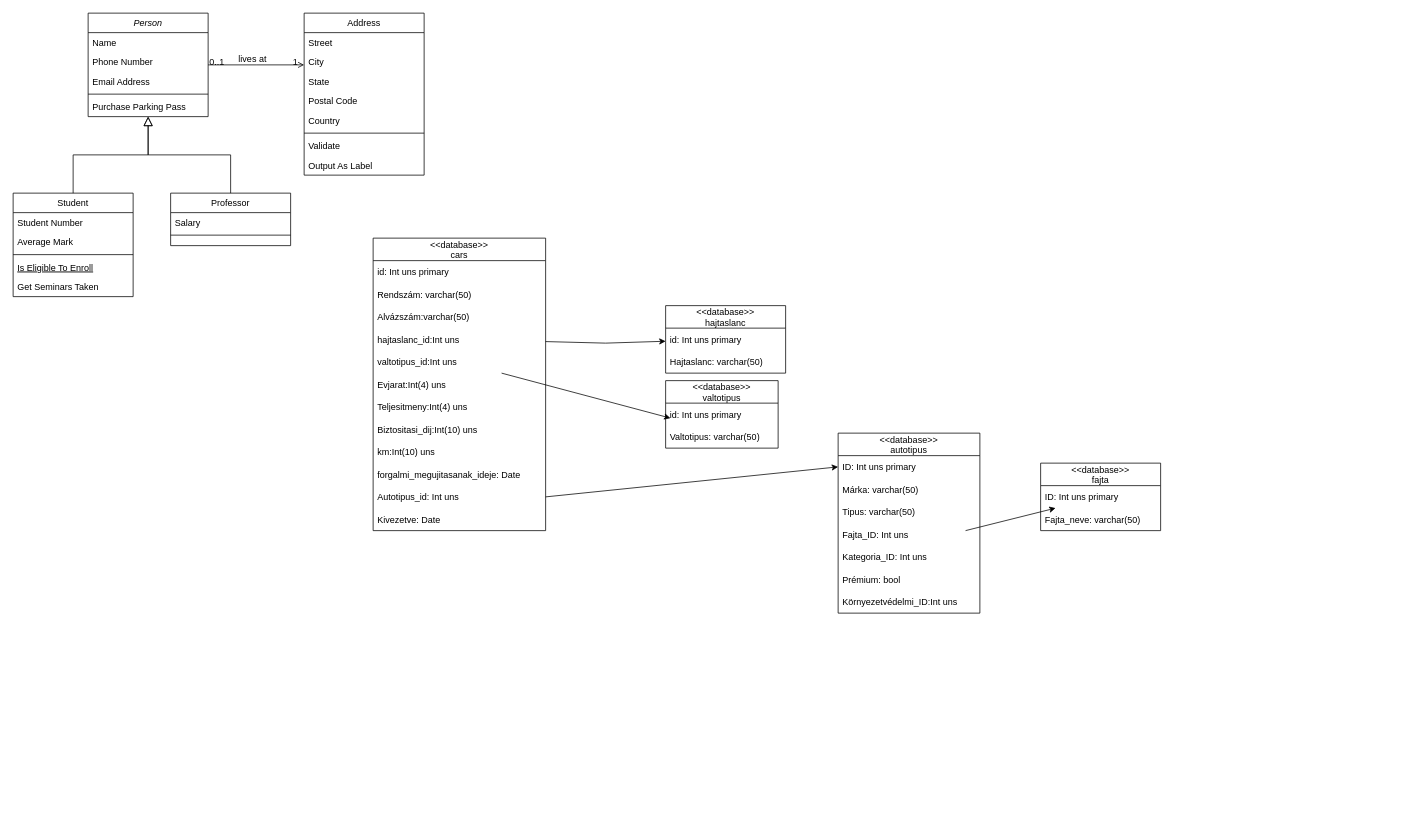
This is SRC/Fileok/Megnevezetlen diagram.drawio from KTRNinjas/Car-Rental, a draw.io file, before an edit. Source tidied: cells renumbered, new cells numbered last; positions are measured from the earlier drawing's top-left corner, leaving out a move shared by most shapes. Both pictures are drawn from the tidied source at 75%, with x=0, y=0 at pixel (13, 13).
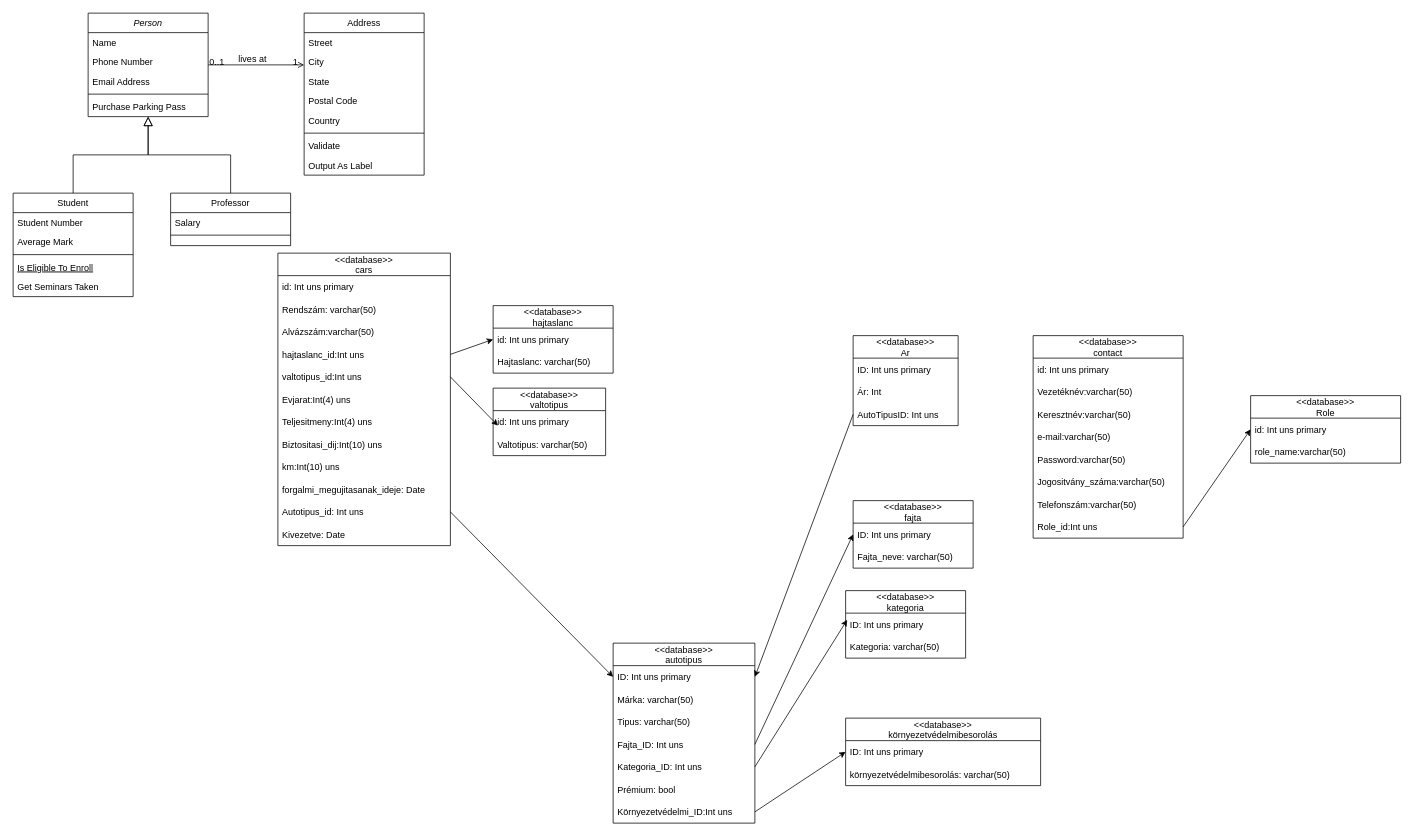
The same page after the edit.

The change refers to these unchanged cells:
```xml
<mxCell id="36" value="hajtaslanc_id:Int uns" style="text;strokeColor=none;fillColor=none;align=left;verticalAlign=middle;spacingLeft=4;spacingRight=4;overflow=hidden;points=[[0,0.5],[1,0.5]];portConstraint=eastwest;" parent="32" vertex="1">
  <mxGeometry y="120" width="230" height="30" as="geometry" />
</mxCell>
<mxCell id="37" value="valtotipus_id:Int uns" style="text;strokeColor=none;fillColor=none;align=left;verticalAlign=middle;spacingLeft=4;spacingRight=4;overflow=hidden;points=[[0,0.5],[1,0.5]];portConstraint=eastwest;" parent="32" vertex="1">
  <mxGeometry y="150" width="230" height="30" as="geometry" />
</mxCell>
<mxCell id="46" value="id: Int uns primary" style="text;strokeColor=none;fillColor=none;align=left;verticalAlign=middle;spacingLeft=4;spacingRight=4;overflow=hidden;points=[[0,0.5],[1,0.5]];portConstraint=eastwest;" parent="45" vertex="1">
  <mxGeometry y="30" width="160" height="30" as="geometry" />
</mxCell>
<mxCell id="50" value="id: Int uns primary" style="text;strokeColor=none;fillColor=none;align=left;verticalAlign=middle;spacingLeft=4;spacingRight=4;overflow=hidden;points=[[0,0.5],[1,0.5]];portConstraint=eastwest;" parent="49" vertex="1">
  <mxGeometry y="30" width="150" height="30" as="geometry" />
</mxCell>
<mxCell id="54" value="ID: Int uns primary" style="text;strokeColor=none;fillColor=none;align=left;verticalAlign=middle;spacingLeft=4;spacingRight=4;overflow=hidden;points=[[0,0.5],[1,0.5]];portConstraint=eastwest;" parent="53" vertex="1">
  <mxGeometry y="30" width="189" height="30" as="geometry" />
</mxCell>
<mxCell id="57" value="Fajta_ID: Int uns" style="text;strokeColor=none;fillColor=none;align=left;verticalAlign=middle;spacingLeft=4;spacingRight=4;overflow=hidden;points=[[0,0.5],[1,0.5]];portConstraint=eastwest;" parent="53" vertex="1">
  <mxGeometry y="120" width="189" height="30" as="geometry" />
</mxCell>
<mxCell id="58" value="Kategoria_ID: Int uns" style="text;strokeColor=none;fillColor=none;align=left;verticalAlign=middle;spacingLeft=4;spacingRight=4;overflow=hidden;points=[[0,0.5],[1,0.5]];portConstraint=eastwest;" parent="53" vertex="1">
  <mxGeometry y="150" width="189" height="30" as="geometry" />
</mxCell>
<mxCell id="60" value="Környezetvédelmi_ID:Int uns" style="text;strokeColor=none;fillColor=none;align=left;verticalAlign=middle;spacingLeft=4;spacingRight=4;overflow=hidden;points=[[0,0.5],[1,0.5]];portConstraint=eastwest;" parent="53" vertex="1">
  <mxGeometry y="210" width="189" height="30" as="geometry" />
</mxCell>
<mxCell id="63" value="ID: Int uns primary" style="text;strokeColor=none;fillColor=none;align=left;verticalAlign=middle;spacingLeft=4;spacingRight=4;overflow=hidden;points=[[0,0.5],[1,0.5]];portConstraint=eastwest;" parent="62" vertex="1">
  <mxGeometry y="30" width="160" height="30" as="geometry" />
</mxCell>
```

The edit, as a diff of the source:
```diff
@@
     <mxCell id="32" value="&lt;&lt;database&gt;&gt; &#10;cars" style="swimlane;fontStyle=0;horizontal=1;startSize=30;" parent="1" vertex="1">
-      <mxGeometry x="480" y="300" width="230" height="390" as="geometry" />
+      <mxGeometry x="353" y="320" width="230" height="390" as="geometry" />
     </mxCell>
@@
     <mxCell id="45" value="&lt;&lt;database&gt;&gt; &#10;hajtaslanc" style="swimlane;fontStyle=0;horizontal=1;startSize=30;" parent="1" vertex="1">
-      <mxGeometry x="870" y="390" width="160" height="90" as="geometry" />
+      <mxGeometry x="640" y="390" width="160" height="90" as="geometry" />
     </mxCell>
@@
-    <mxCell id="48" style="endArrow=classic;html=1;rounded=0;" parent="1" edge="1" source="36" target="46">
-      <mxGeometry relative="1" as="geometry">
-        <Array as="points">
-          <mxPoint x="790" y="440" />
-        </Array>
-      </mxGeometry>
-    </mxCell>
     <mxCell id="49" value="&lt;&lt;database&gt;&gt; &#10;valtotipus" style="swimlane;fontStyle=0;horizontal=1;startSize=30;" parent="1" vertex="1">
-      <mxGeometry x="870" y="490" width="150" height="90" as="geometry" />
+      <mxGeometry x="640" y="500" width="150" height="90" as="geometry" />
     </mxCell>
@@
-    <mxCell id="52" style="endArrow=classic;html=1;rounded=0;entryX=0.043;entryY=0.667;entryDx=0;entryDy=0;entryPerimeter=0;" parent="1" edge="1" source="37" target="50">
+    <mxCell id="52" style="endArrow=classic;html=1;rounded=0;entryX=0.043;entryY=0.667;entryDx=0;entryDy=0;entryPerimeter=0;exitX=1;exitY=0.5;exitDx=0;exitDy=0;" parent="1" edge="1" source="37" target="50">
       <mxGeometry relative="1" as="geometry" />
     </mxCell>
     <mxCell id="53" value="&lt;&lt;database&gt;&gt; &#10;autotipus" style="swimlane;fontStyle=0;horizontal=1;startSize=30;" parent="1" vertex="1">
-      <mxGeometry x="1100" y="560" width="189" height="240" as="geometry" />
+      <mxGeometry x="800" y="840" width="189" height="240" as="geometry" />
     </mxCell>
@@
     <mxCell id="62" value="&lt;&lt;database&gt;&gt; &#10;fajta" style="swimlane;fontStyle=0;horizontal=1;startSize=30;" parent="1" vertex="1">
-      <mxGeometry x="1370" y="600" width="160" height="90" as="geometry" />
+      <mxGeometry x="1120" y="650" width="160" height="90" as="geometry" />
     </mxCell>
@@
-    <mxCell id="65" style="endArrow=classic;html=1;rounded=0;exitX=0.899;exitY=0.333;exitDx=0;exitDy=0;exitPerimeter=0;" parent="1" edge="1" source="57" target="63">
+    <mxCell id="65" style="endArrow=classic;html=1;rounded=0;exitX=1;exitY=0.5;exitDx=0;exitDy=0;entryX=0;entryY=0.5;entryDx=0;entryDy=0;" parent="1" edge="1" source="57" target="63">
       <mxGeometry relative="1" as="geometry" />
     </mxCell>
+    <mxCell id="66" value="&lt;&lt;database&gt;&gt; &#10;kategoria" style="swimlane;fontStyle=0;horizontal=1;startSize=30;" parent="1" vertex="1">
+      <mxGeometry x="1110" y="770" width="160" height="90" as="geometry" />
+    </mxCell>
+    <mxCell id="67" value="ID: Int uns primary" style="text;strokeColor=none;fillColor=none;align=left;verticalAlign=middle;spacingLeft=4;spacingRight=4;overflow=hidden;points=[[0,0.5],[1,0.5]];portConstraint=eastwest;" parent="66" vertex="1">
+      <mxGeometry y="30" width="160" height="30" as="geometry" />
+    </mxCell>
+    <mxCell id="68" value="Kategoria: varchar(50)" style="text;strokeColor=none;fillColor=none;align=left;verticalAlign=middle;spacingLeft=4;spacingRight=4;overflow=hidden;" parent="66" vertex="1">
+      <mxGeometry y="60" width="160" height="30" as="geometry" />
+    </mxCell>
+    <mxCell id="69" style="endArrow=classic;html=1;rounded=0;exitX=1;exitY=0.5;exitDx=0;exitDy=0;entryX=0.013;entryY=0.3;entryDx=0;entryDy=0;entryPerimeter=0;" parent="1" edge="1" source="58" target="67">
+      <mxGeometry relative="1" as="geometry" />
+    </mxCell>
+    <mxCell id="70" value="&lt;&lt;database&gt;&gt; &#10;Ar" style="swimlane;fontStyle=0;horizontal=1;startSize=30;" parent="1" vertex="1">
+      <mxGeometry x="1120" y="430" width="140" height="120" as="geometry" />
+    </mxCell>
+    <mxCell id="71" value="ID: Int uns primary" style="text;strokeColor=none;fillColor=none;align=left;verticalAlign=middle;spacingLeft=4;spacingRight=4;overflow=hidden;" parent="70" vertex="1">
+      <mxGeometry y="30" width="140" height="30" as="geometry" />
+    </mxCell>
+    <mxCell id="72" value="Ár: Int" style="text;strokeColor=none;fillColor=none;align=left;verticalAlign=middle;spacingLeft=4;spacingRight=4;overflow=hidden;" parent="70" vertex="1">
+      <mxGeometry y="60" width="140" height="30" as="geometry" />
+    </mxCell>
+    <mxCell id="73" value="AutoTipusID: Int uns" style="text;strokeColor=none;fillColor=none;align=left;verticalAlign=middle;spacingLeft=4;spacingRight=4;overflow=hidden;points=[[0,0.5],[1,0.5]];portConstraint=eastwest;" parent="70" vertex="1">
+      <mxGeometry y="90" width="140" height="30" as="geometry" />
+    </mxCell>
+    <mxCell id="74" style="endArrow=classic;html=1;rounded=0;exitX=0;exitY=0.5;exitDx=0;exitDy=0;entryX=1;entryY=0.5;entryDx=0;entryDy=0;" parent="1" edge="1" source="73" target="54">
+      <mxGeometry relative="1" as="geometry" />
+    </mxCell>
+    <mxCell id="75" value="&lt;&lt;database&gt;&gt; &#10;contact" style="swimlane;fontStyle=0;horizontal=1;startSize=30;" parent="1" vertex="1">
+      <mxGeometry x="1360" y="430" width="200" height="270" as="geometry" />
+    </mxCell>
+    <mxCell id="76" value="id: Int uns primary" style="text;strokeColor=none;fillColor=none;align=left;verticalAlign=middle;spacingLeft=4;spacingRight=4;overflow=hidden;" parent="75" vertex="1">
+      <mxGeometry y="30" width="200" height="30" as="geometry" />
+    </mxCell>
+    <mxCell id="77" value="Vezetéknév:varchar(50)" style="text;strokeColor=none;fillColor=none;align=left;verticalAlign=middle;spacingLeft=4;spacingRight=4;overflow=hidden;" parent="75" vertex="1">
+      <mxGeometry y="60" width="200" height="30" as="geometry" />
+    </mxCell>
+    <mxCell id="78" value="Keresztnév:varchar(50)" style="text;strokeColor=none;fillColor=none;align=left;verticalAlign=middle;spacingLeft=4;spacingRight=4;overflow=hidden;" parent="75" vertex="1">
+      <mxGeometry y="90" width="200" height="30" as="geometry" />
+    </mxCell>
+    <mxCell id="79" value="e-mail:varchar(50)" style="text;strokeColor=none;fillColor=none;align=left;verticalAlign=middle;spacingLeft=4;spacingRight=4;overflow=hidden;" parent="75" vertex="1">
+      <mxGeometry y="120" width="200" height="30" as="geometry" />
+    </mxCell>
+    <mxCell id="80" value="Password:varchar(50)" style="text;strokeColor=none;fillColor=none;align=left;verticalAlign=middle;spacingLeft=4;spacingRight=4;overflow=hidden;" parent="75" vertex="1">
+      <mxGeometry y="150" width="200" height="30" as="geometry" />
+    </mxCell>
+    <mxCell id="81" value="Jogositvány_száma:varchar(50)" style="text;strokeColor=none;fillColor=none;align=left;verticalAlign=middle;spacingLeft=4;spacingRight=4;overflow=hidden;" parent="75" vertex="1">
+      <mxGeometry y="180" width="200" height="30" as="geometry" />
+    </mxCell>
+    <mxCell id="82" value="Telefonszám:varchar(50)" style="text;strokeColor=none;fillColor=none;align=left;verticalAlign=middle;spacingLeft=4;spacingRight=4;overflow=hidden;" parent="75" vertex="1">
+      <mxGeometry y="210" width="200" height="30" as="geometry" />
+    </mxCell>
+    <mxCell id="83" value="Role_id:Int uns" style="text;strokeColor=none;fillColor=none;align=left;verticalAlign=middle;spacingLeft=4;spacingRight=4;overflow=hidden;points=[[0,0.5],[1,0.5]];portConstraint=eastwest;" parent="75" vertex="1">
+      <mxGeometry y="240" width="200" height="30" as="geometry" />
+    </mxCell>
+    <mxCell id="48" style="endArrow=classic;html=1;rounded=0;exitX=1;exitY=0.5;exitDx=0;exitDy=0;entryX=0;entryY=0.5;entryDx=0;entryDy=0;" parent="1" edge="1" source="36" target="46">
+      <mxGeometry relative="1" as="geometry" />
+    </mxCell>
+    <mxCell id="84" value="&lt;&lt;database&gt;&gt; &#10;Role" style="swimlane;fontStyle=0;horizontal=1;startSize=30;" parent="1" vertex="1">
+      <mxGeometry x="1650" y="510" width="200" height="90" as="geometry" />
+    </mxCell>
+    <mxCell id="85" value="id: Int uns primary" style="text;strokeColor=none;fillColor=none;align=left;verticalAlign=middle;spacingLeft=4;spacingRight=4;overflow=hidden;points=[[0,0.5],[1,0.5]];portConstraint=eastwest;" parent="84" vertex="1">
+      <mxGeometry y="30" width="200" height="30" as="geometry" />
+    </mxCell>
+    <mxCell id="86" value="role_name:varchar(50)" style="text;strokeColor=none;fillColor=none;align=left;verticalAlign=middle;spacingLeft=4;spacingRight=4;overflow=hidden;" parent="84" vertex="1">
+      <mxGeometry y="60" width="200" height="30" as="geometry" />
+    </mxCell>
+    <mxCell id="87" style="endArrow=classic;html=1;rounded=0;exitX=1;exitY=0.5;exitDx=0;exitDy=0;entryX=0;entryY=0.5;entryDx=0;entryDy=0;" parent="1" edge="1" source="83" target="85">
+      <mxGeometry relative="1" as="geometry" />
+    </mxCell>
+    <mxCell id="88" value="&lt;&lt;database&gt;&gt; &#10;környezetvédelmibesorolás" style="swimlane;fontStyle=0;horizontal=1;startSize=30;" parent="1" vertex="1">
+      <mxGeometry x="1110" y="940" width="260" height="90" as="geometry" />
+    </mxCell>
+    <mxCell id="89" value="ID: Int uns primary" style="text;strokeColor=none;fillColor=none;align=left;verticalAlign=middle;spacingLeft=4;spacingRight=4;overflow=hidden;points=[[0,0.5],[1,0.5]];portConstraint=eastwest;" parent="88" vertex="1">
+      <mxGeometry y="30" width="260" height="30" as="geometry" />
+    </mxCell>
+    <mxCell id="90" value="környezetvédelmibesorolás: varchar(50)" style="text;strokeColor=none;fillColor=none;align=left;verticalAlign=middle;spacingLeft=4;spacingRight=4;overflow=hidden;" parent="88" vertex="1">
+      <mxGeometry y="60" width="260" height="30" as="geometry" />
+    </mxCell>
+    <mxCell id="91" style="endArrow=classic;html=1;rounded=0;exitX=1;exitY=0.5;exitDx=0;exitDy=0;entryX=0;entryY=0.5;entryDx=0;entryDy=0;" parent="1" edge="1" source="60" target="89">
+      <mxGeometry relative="1" as="geometry" />
+    </mxCell>
```
